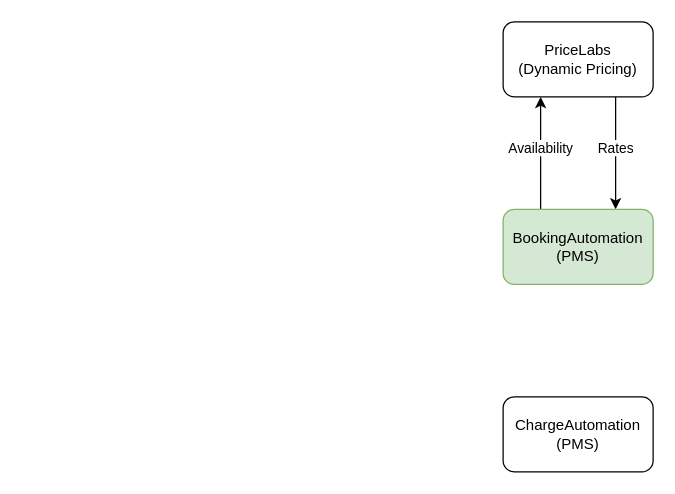
Before: DriftwoodVilla.drawio in Carbon-Labs/Diagrams, a draw.io diagram. Source tidied: cells renumbered, new cells numbered last; positions are measured from the earlier drawing's top-left corner, leaving out a move shared by most shapes. Both pictures are drawn from the tidied source at 125%, with x=0, y=0 at pixel (502, 21).
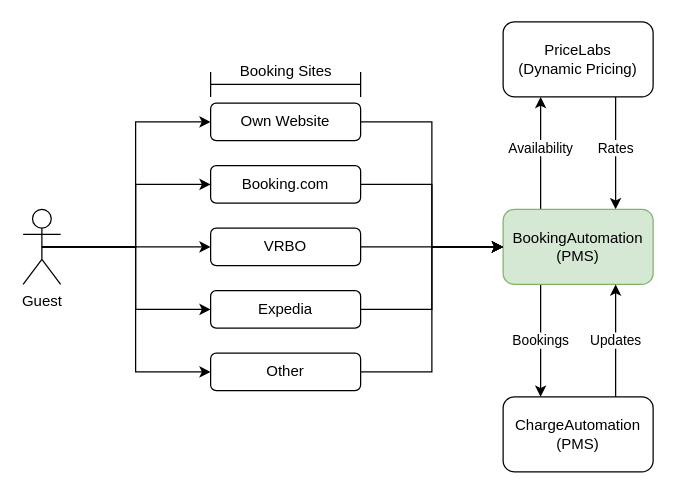
The same page after the edit.

Unchanged cells that the change refers to:
```xml
<mxCell id="7" value="BookingAutomation&lt;br&gt;(PMS)" style="rounded=1;whiteSpace=wrap;html=1;fillColor=#d5e8d4;strokeColor=#82b366;" parent="1" vertex="1">
  <mxGeometry y="150" width="120" height="60" as="geometry" />
</mxCell>
<mxCell id="8" value="ChargeAutomation&lt;br&gt;(PMS)" style="rounded=1;whiteSpace=wrap;html=1;" parent="1" vertex="1">
  <mxGeometry y="300" width="120" height="60" as="geometry" />
</mxCell>
```

Diff of the diagram source:
```diff
@@
+    <mxCell id="9" value="Bookings" style="edgeStyle=orthogonalEdgeStyle;rounded=0;jettySize=auto;html=1;exitX=0.25;exitY=1;exitDx=0;exitDy=0;entryX=0.25;entryY=0;entryDx=0;entryDy=0;" parent="1" edge="1" source="7" target="8">
+      <mxGeometry relative="1" as="geometry" />
+    </mxCell>
@@
+    <mxCell id="10" value="Updates" style="edgeStyle=orthogonalEdgeStyle;rounded=0;jettySize=auto;html=1;exitX=0.75;exitY=0;exitDx=0;exitDy=0;entryX=0.75;entryY=1;entryDx=0;entryDy=0;" parent="1" edge="1" source="8" target="7">
+      <mxGeometry relative="1" as="geometry" />
+    </mxCell>
@@
+    <mxCell id="11" style="edgeStyle=orthogonalEdgeStyle;rounded=0;jettySize=auto;html=1;exitX=1;exitY=0.5;exitDx=0;exitDy=0;entryX=0;entryY=0.5;entryDx=0;entryDy=0;" parent="1" edge="1" source="12" target="7">
+      <mxGeometry relative="1" as="geometry" />
+    </mxCell>
+    <mxCell id="12" value="Booking.com" style="rounded=1;whiteSpace=wrap;html=1;" parent="1" vertex="1">
+      <mxGeometry x="-234" y="115" width="120" height="30" as="geometry" />
+    </mxCell>
+    <mxCell id="13" style="edgeStyle=orthogonalEdgeStyle;rounded=0;jettySize=auto;html=1;exitX=1;exitY=0.5;exitDx=0;exitDy=0;entryX=0;entryY=0.5;entryDx=0;entryDy=0;" parent="1" edge="1" source="14" target="7">
+      <mxGeometry relative="1" as="geometry" />
+    </mxCell>
+    <mxCell id="14" value="VRBO" style="rounded=1;whiteSpace=wrap;html=1;" parent="1" vertex="1">
+      <mxGeometry x="-234" y="165" width="120" height="30" as="geometry" />
+    </mxCell>
+    <mxCell id="15" style="edgeStyle=orthogonalEdgeStyle;rounded=0;jettySize=auto;html=1;exitX=1;exitY=0.5;exitDx=0;exitDy=0;entryX=0;entryY=0.5;entryDx=0;entryDy=0;" parent="1" edge="1" source="16" target="7">
+      <mxGeometry relative="1" as="geometry" />
+    </mxCell>
+    <mxCell id="16" value="Own Website" style="rounded=1;whiteSpace=wrap;html=1;" parent="1" vertex="1">
+      <mxGeometry x="-234" y="65" width="120" height="30" as="geometry" />
+    </mxCell>
+    <mxCell id="17" style="edgeStyle=orthogonalEdgeStyle;rounded=0;jettySize=auto;html=1;exitX=1;exitY=0.5;exitDx=0;exitDy=0;entryX=0;entryY=0.5;entryDx=0;entryDy=0;" parent="1" edge="1" source="18" target="7">
+      <mxGeometry relative="1" as="geometry" />
+    </mxCell>
+    <mxCell id="18" value="Expedia" style="rounded=1;whiteSpace=wrap;html=1;" parent="1" vertex="1">
+      <mxGeometry x="-234" y="215" width="120" height="30" as="geometry" />
+    </mxCell>
+    <mxCell id="19" style="edgeStyle=orthogonalEdgeStyle;rounded=0;jettySize=auto;html=1;exitX=1;exitY=0.5;exitDx=0;exitDy=0;entryX=0;entryY=0.5;entryDx=0;entryDy=0;" parent="1" edge="1" source="20" target="7">
+      <mxGeometry relative="1" as="geometry" />
+    </mxCell>
+    <mxCell id="20" value="Other" style="rounded=1;whiteSpace=wrap;html=1;" parent="1" vertex="1">
+      <mxGeometry x="-234" y="265" width="120" height="30" as="geometry" />
+    </mxCell>
+    <mxCell id="21" style="edgeStyle=orthogonalEdgeStyle;rounded=0;jettySize=auto;html=1;exitX=0.5;exitY=0.5;exitDx=0;exitDy=0;exitPerimeter=0;entryX=0;entryY=0.5;entryDx=0;entryDy=0;" parent="1" edge="1" source="26" target="16">
+      <mxGeometry relative="1" as="geometry" />
+    </mxCell>
+    <mxCell id="22" style="edgeStyle=orthogonalEdgeStyle;rounded=0;jettySize=auto;html=1;exitX=0.5;exitY=0.5;exitDx=0;exitDy=0;exitPerimeter=0;entryX=0;entryY=0.5;entryDx=0;entryDy=0;" parent="1" edge="1" source="26" target="12">
+      <mxGeometry relative="1" as="geometry" />
+    </mxCell>
+    <mxCell id="23" style="edgeStyle=orthogonalEdgeStyle;rounded=0;jettySize=auto;html=1;exitX=0.5;exitY=0.5;exitDx=0;exitDy=0;exitPerimeter=0;entryX=0;entryY=0.5;entryDx=0;entryDy=0;" parent="1" edge="1" source="26" target="14">
+      <mxGeometry relative="1" as="geometry" />
+    </mxCell>
+    <mxCell id="24" style="edgeStyle=orthogonalEdgeStyle;rounded=0;jettySize=auto;html=1;exitX=0.5;exitY=0.5;exitDx=0;exitDy=0;exitPerimeter=0;entryX=0;entryY=0.5;entryDx=0;entryDy=0;" parent="1" edge="1" source="26" target="18">
+      <mxGeometry relative="1" as="geometry" />
+    </mxCell>
+    <mxCell id="25" style="edgeStyle=orthogonalEdgeStyle;rounded=0;jettySize=auto;html=1;exitX=0.5;exitY=0.5;exitDx=0;exitDy=0;exitPerimeter=0;entryX=0;entryY=0.5;entryDx=0;entryDy=0;" parent="1" edge="1" source="26" target="20">
+      <mxGeometry relative="1" as="geometry" />
+    </mxCell>
+    <mxCell id="26" value="Guest" style="shape=umlActor;verticalLabelPosition=bottom;verticalAlign=top;html=1;outlineConnect=0;" parent="1" vertex="1">
+      <mxGeometry x="-384" y="150" width="30" height="60" as="geometry" />
+    </mxCell>
+    <mxCell id="27" style="shape=crossbar;whiteSpace=wrap;html=1;rounded=1;" parent="1" vertex="1">
+      <mxGeometry x="-234" y="40" width="120" height="20" as="geometry" />
+    </mxCell>
+    <mxCell id="28" value="Booking Sites" style="text;html=1;align=center;verticalAlign=middle;strokeColor=none;fillColor=none;" parent="1" vertex="1">
+      <mxGeometry x="-219" y="30" width="90" height="20" as="geometry" />
+    </mxCell>
```
